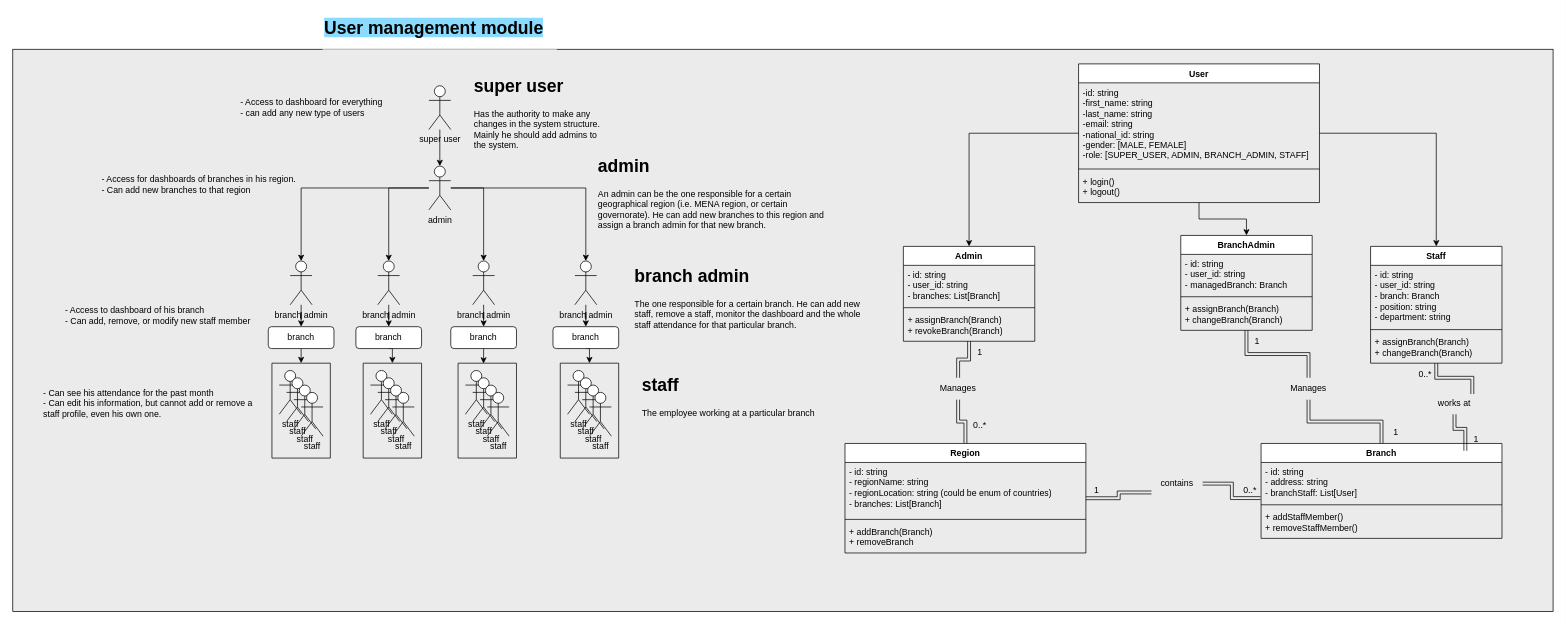
Above: .drawio in NourEldeenM/surveillance-system (draw.io), before the change. Source tidied: cells renumbered, new cells numbered last; positions are measured from the earlier drawing's top-left corner, leaving out a move shared by most shapes. Both pictures are drawn from the tidied source at 73%, with x=0, y=0 at pixel (12, 12).
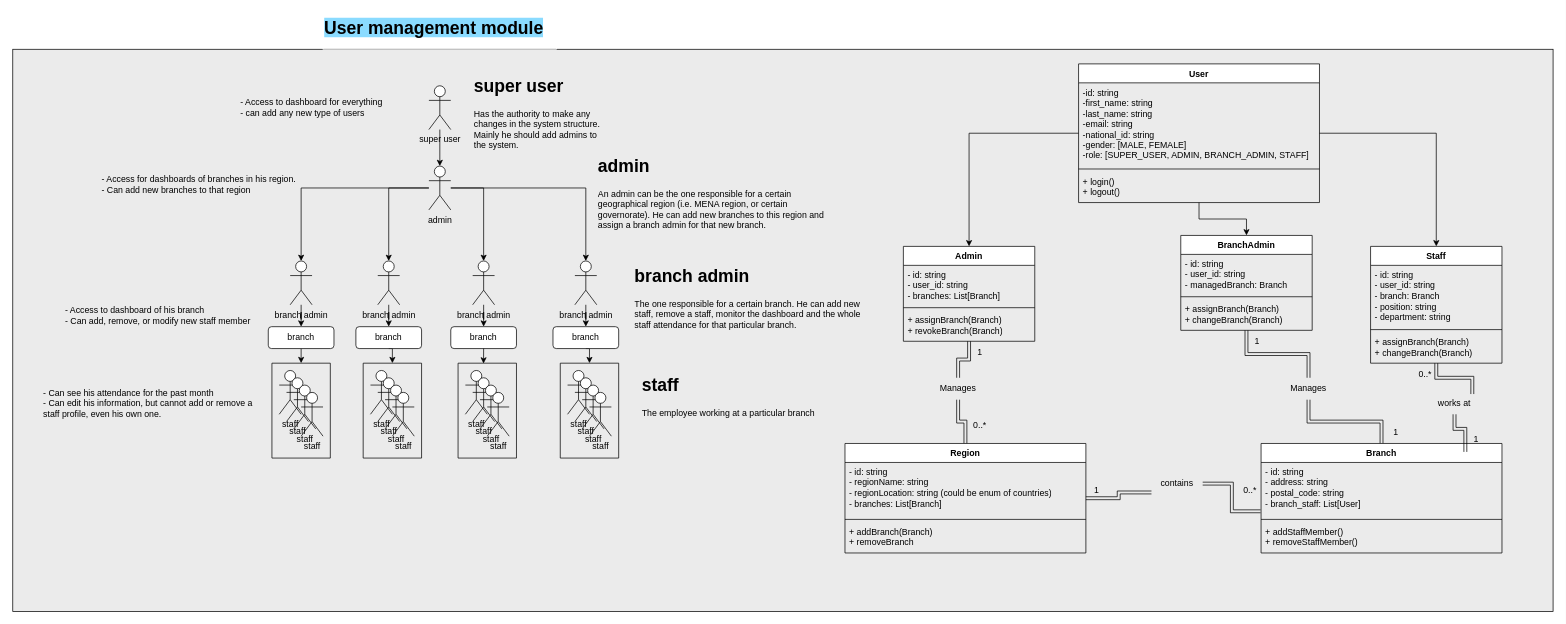
The same diagram, later.

Diff of the diagram source:
```diff
@@
     <mxCell id="80" value="Branch" style="swimlane;fontStyle=1;align=center;verticalAlign=top;horizontal=1;startSize=26;whiteSpace=wrap;html=1;" parent="1" vertex="1">
-      <mxGeometry x="1710" y="590" width="330" height="130" as="geometry" />
+      <mxGeometry x="1710" y="590" width="330" height="150" as="geometry" />
     </mxCell>
-    <mxCell id="81" value="- id: string&lt;div&gt;- address: string&lt;/div&gt;&lt;div&gt;- branchStaff: List[User]&lt;/div&gt;" style="text;strokeColor=none;fillColor=none;align=left;verticalAlign=top;spacingLeft=4;spacingRight=4;overflow=hidden;points=[[0,0.5],[1,0.5]];portConstraint=eastwest;whiteSpace=wrap;html=1;" parent="80" vertex="1">
-      <mxGeometry y="26" width="330" height="54" as="geometry" />
+    <mxCell id="81" value="- id: string&lt;div&gt;- address: string&lt;/div&gt;&lt;div&gt;- postal_code: string&lt;/div&gt;&lt;div&gt;- branch_staff: List[User]&lt;/div&gt;" style="text;strokeColor=none;fillColor=none;align=left;verticalAlign=top;spacingLeft=4;spacingRight=4;overflow=hidden;points=[[0,0.5],[1,0.5]];portConstraint=eastwest;whiteSpace=wrap;html=1;" parent="80" vertex="1">
+      <mxGeometry y="26" width="330" height="74" as="geometry" />
     </mxCell>
     <mxCell id="82" style="line;strokeWidth=1;fillColor=none;align=left;verticalAlign=middle;spacingTop=-1;spacingLeft=3;spacingRight=3;labelPosition=right;strokeColor=inherit;" parent="80" vertex="1">
-      <mxGeometry y="80" width="330" height="8" as="geometry" />
+      <mxGeometry y="100" width="330" height="8" as="geometry" />
     </mxCell>
     <mxCell id="83" value="&lt;div&gt;+ addStaffMember()&lt;/div&gt;&lt;div&gt;+ removeStaffMember()&lt;/div&gt;" style="text;strokeColor=none;fillColor=none;align=left;verticalAlign=top;spacingLeft=4;spacingRight=4;overflow=hidden;whiteSpace=wrap;html=1;" parent="80" vertex="1">
-      <mxGeometry y="88" width="330" height="42" as="geometry" />
+      <mxGeometry y="108" width="330" height="42" as="geometry" />
     </mxCell>
```
